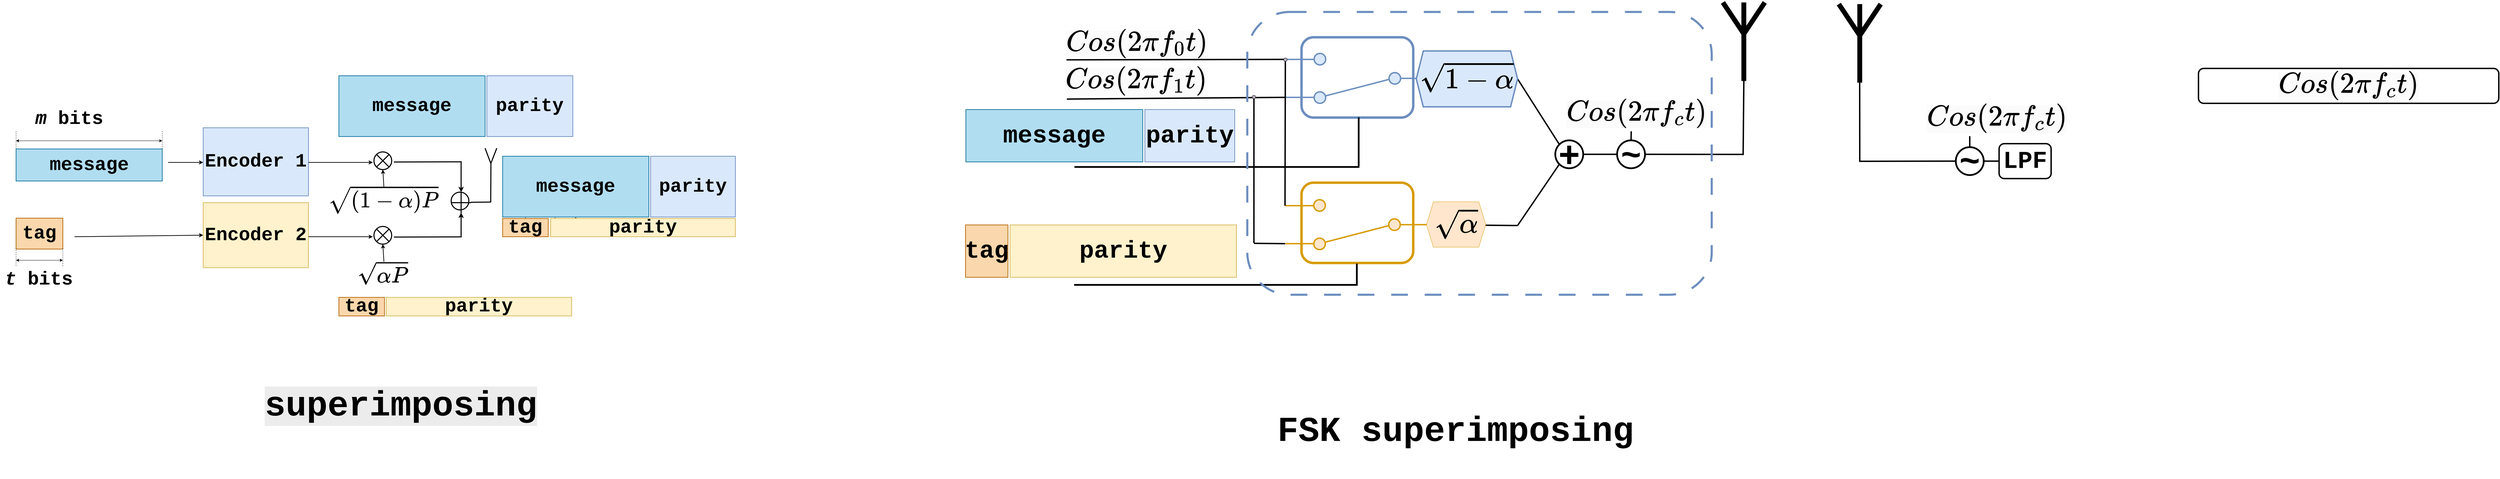
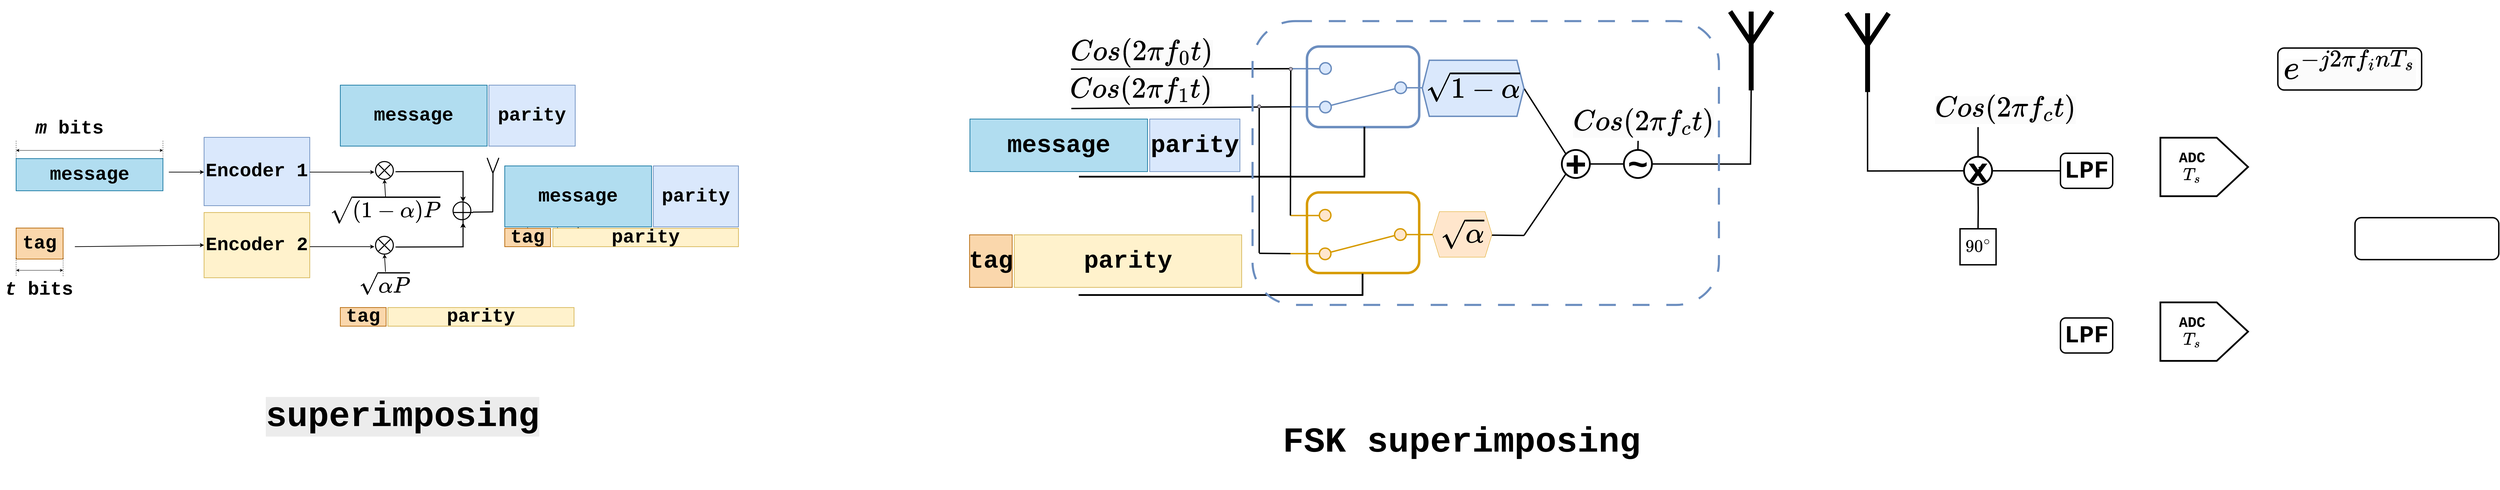
<mxfile host="app.diagrams.net" agent="Mozilla/5.0 (Macintosh; Intel Mac OS X 10_15_7) AppleWebKit/537.36 (KHTML, like Gecko) Chrome/138.0.0.0 Safari/537.36" version="28.0.7">
  <diagram name="Page-1" id="zZisbITU7JR-SXLs0ea7">
-     <mxGraphModel dx="4040" dy="1790" grid="1" gridSize="10" guides="1" tooltips="1" connect="1" arrows="1" fold="1" page="1" pageScale="1" pageWidth="850" pageHeight="1100" math="1" shadow="0">
+     <mxGraphModel dx="2977" dy="1193" grid="1" gridSize="10" guides="1" tooltips="1" connect="1" arrows="1" fold="1" page="1" pageScale="1" pageWidth="850" pageHeight="1100" math="1" shadow="0">
      <root>
        <mxCell id="0" />
        <mxCell id="1" parent="0" />
        <mxCell id="ryAXbrM_V8AHazh6317a-104" value="" style="html=1;shape=mxgraph.electrical.electro-mechanical.twoWaySwitch;aspect=fixed;elSwitchState=2;rotation=-180;strokeWidth=4;fontSize=70;fontStyle=1;fontFamily=Courier New;fillColor=#dae8fc;strokeColor=#6c8ebf;" vertex="1" parent="1">
          <mxGeometry x="3495" y="966" width="412.5" height="143" as="geometry" />
        </mxCell>
        <mxCell id="ryAXbrM_V8AHazh6317a-105" value="&lt;span style=&quot;color: rgb(0, 0, 0); font-style: normal; font-variant-ligatures: normal; font-variant-caps: normal; letter-spacing: normal; orphans: 2; text-align: center; text-indent: 0px; text-transform: none; widows: 2; word-spacing: 0px; -webkit-text-stroke-width: 0px; white-space: normal; background-color: rgb(251, 251, 251); text-decoration-thickness: initial; text-decoration-style: initial; text-decoration-color: initial; float: none; display: inline !important;&quot;&gt;&lt;font&gt;\( Cos(2\pi f_0 t) \)&lt;/font&gt;&lt;/span&gt;" style="text;whiteSpace=wrap;html=1;fontSize=70;fontStyle=1;fontFamily=Courier New;" vertex="1" parent="1">
          <mxGeometry x="2865" y="889" width="250" height="100" as="geometry" />
        </mxCell>
        <mxCell id="ryAXbrM_V8AHazh6317a-106" value="&lt;span style=&quot;color: rgb(0, 0, 0); font-style: normal; font-variant-ligatures: normal; font-variant-caps: normal; letter-spacing: normal; orphans: 2; text-align: center; text-indent: 0px; text-transform: none; widows: 2; word-spacing: 0px; -webkit-text-stroke-width: 0px; white-space: normal; background-color: rgb(251, 251, 251); text-decoration-thickness: initial; text-decoration-style: initial; text-decoration-color: initial; float: none; display: inline !important;&quot;&gt;&lt;font&gt;\( Cos(2\pi f_1 t) \)&lt;/font&gt;&lt;/span&gt;" style="text;whiteSpace=wrap;html=1;fontSize=70;fontStyle=1;fontFamily=Courier New;" vertex="1" parent="1">
          <mxGeometry x="2863" y="996" width="250" height="100" as="geometry" />
        </mxCell>
        <mxCell id="ryAXbrM_V8AHazh6317a-107" value="" style="rounded=1;whiteSpace=wrap;html=1;fillColor=none;strokeWidth=7;fontSize=70;fontStyle=1;fontFamily=Courier New;strokeColor=#6c8ebf;" vertex="1" parent="1">
          <mxGeometry x="3541.25" y="919.75" width="320" height="230" as="geometry" />
        </mxCell>
        <mxCell id="ryAXbrM_V8AHazh6317a-108" value="" style="html=1;shape=mxgraph.electrical.electro-mechanical.twoWaySwitch;aspect=fixed;elSwitchState=2;rotation=-180;strokeWidth=4;fontSize=70;fontStyle=1;fontFamily=Courier New;fillColor=#ffe6cc;strokeColor=#d79b00;" vertex="1" parent="1">
          <mxGeometry x="3494" y="1385" width="412.5" height="143" as="geometry" />
        </mxCell>
        <mxCell id="ryAXbrM_V8AHazh6317a-109" value="" style="rounded=1;whiteSpace=wrap;html=1;fillColor=none;strokeWidth=7;fontSize=70;fontStyle=1;fontFamily=Courier New;strokeColor=#d79b00;" vertex="1" parent="1">
          <mxGeometry x="3541.25" y="1336.25" width="320" height="230" as="geometry" />
        </mxCell>
        <mxCell id="ryAXbrM_V8AHazh6317a-110" value="" style="endArrow=none;html=1;rounded=0;entryX=1;entryY=0.88;entryDx=0;entryDy=0;strokeWidth=4;fontSize=70;fontStyle=1;exitX=0.013;exitY=0.954;exitDx=0;exitDy=0;exitPerimeter=0;fontFamily=Courier New;" edge="1" parent="1" source="ryAXbrM_V8AHazh6317a-105" target="ryAXbrM_V8AHazh6317a-104">
          <mxGeometry width="50" height="50" relative="1" as="geometry">
            <mxPoint x="3260" y="983" as="sourcePoint" />
            <mxPoint x="3460" y="1002.5" as="targetPoint" />
          </mxGeometry>
        </mxCell>
        <mxCell id="ryAXbrM_V8AHazh6317a-111" value="" style="endArrow=none;html=1;rounded=0;entryX=1;entryY=0.12;entryDx=0;entryDy=0;strokeWidth=4;fontSize=70;fontStyle=1;exitX=0.025;exitY=1.007;exitDx=0;exitDy=0;exitPerimeter=0;fontFamily=Courier New;" edge="1" parent="1" source="ryAXbrM_V8AHazh6317a-106" target="ryAXbrM_V8AHazh6317a-104">
          <mxGeometry width="50" height="50" relative="1" as="geometry">
            <mxPoint x="3260" y="1092" as="sourcePoint" />
            <mxPoint x="3495" y="1098.44" as="targetPoint" />
          </mxGeometry>
        </mxCell>
        <mxCell id="ryAXbrM_V8AHazh6317a-112" value="" style="endArrow=none;html=1;rounded=0;entryX=1;entryY=0.88;entryDx=0;entryDy=0;strokeWidth=4;exitX=1;exitY=0.88;exitDx=0;exitDy=0;fontSize=70;fontStyle=1;fontFamily=Courier New;" edge="1" parent="1" source="ryAXbrM_V8AHazh6317a-108" target="ryAXbrM_V8AHazh6317a-104">
          <mxGeometry width="50" height="50" relative="1" as="geometry">
            <mxPoint x="3465" y="1439" as="sourcePoint" />
            <mxPoint x="3605" y="1049" as="targetPoint" />
          </mxGeometry>
        </mxCell>
        <mxCell id="ryAXbrM_V8AHazh6317a-113" value="" style="endArrow=none;html=1;rounded=0;entryX=1;entryY=0.88;entryDx=0;entryDy=0;strokeWidth=4;fontSize=70;fontStyle=1;fontFamily=Courier New;" edge="1" parent="1">
          <mxGeometry width="50" height="50" relative="1" as="geometry">
            <mxPoint x="3405" y="1509" as="sourcePoint" />
            <mxPoint x="3405" y="1089" as="targetPoint" />
          </mxGeometry>
        </mxCell>
        <mxCell id="ryAXbrM_V8AHazh6317a-114" value="" style="endArrow=none;html=1;rounded=0;entryX=1;entryY=0.12;entryDx=0;entryDy=0;strokeWidth=4;fontSize=70;fontStyle=1;fontFamily=Courier New;" edge="1" parent="1" target="ryAXbrM_V8AHazh6317a-108">
          <mxGeometry width="50" height="50" relative="1" as="geometry">
            <mxPoint x="3405" y="1510" as="sourcePoint" />
            <mxPoint x="3575" y="1450" as="targetPoint" />
          </mxGeometry>
        </mxCell>
        <mxCell id="ryAXbrM_V8AHazh6317a-115" value="" style="ellipse;whiteSpace=wrap;html=1;aspect=fixed;fillColor=#B8AEBD;fontSize=70;fontStyle=1;fontFamily=Courier New;" vertex="1" parent="1">
          <mxGeometry x="3490" y="979" width="10" height="10" as="geometry" />
        </mxCell>
        <mxCell id="ryAXbrM_V8AHazh6317a-116" value="" style="ellipse;whiteSpace=wrap;html=1;aspect=fixed;fillColor=#B8AEBD;fontSize=70;fontStyle=1;fontFamily=Courier New;" vertex="1" parent="1">
          <mxGeometry x="3400" y="1086" width="10" height="10" as="geometry" />
        </mxCell>
        <mxCell id="ryAXbrM_V8AHazh6317a-117" value="" style="endArrow=none;html=1;rounded=0;strokeWidth=5;fontSize=70;fontStyle=1;fontFamily=Courier New;" edge="1" parent="1">
          <mxGeometry width="50" height="50" relative="1" as="geometry">
            <mxPoint x="3705" y="1289" as="sourcePoint" />
            <mxPoint x="3705" y="1149" as="targetPoint" />
          </mxGeometry>
        </mxCell>
        <mxCell id="ryAXbrM_V8AHazh6317a-118" value="" style="endArrow=none;html=1;rounded=0;exitX=0;exitY=0.5;exitDx=0;exitDy=0;strokeWidth=4;fontSize=70;fontStyle=1;fontFamily=Courier New;" edge="1" parent="1">
          <mxGeometry width="50" height="50" relative="1" as="geometry">
            <mxPoint x="3907.5" y="1037.5" as="sourcePoint" />
            <mxPoint x="4160" y="1039" as="targetPoint" />
          </mxGeometry>
        </mxCell>
        <mxCell id="ryAXbrM_V8AHazh6317a-119" value="" style="endArrow=none;html=1;rounded=0;exitX=0;exitY=0.5;exitDx=0;exitDy=0;strokeWidth=4;fontSize=70;fontStyle=1;fontFamily=Courier New;" edge="1" parent="1" source="ryAXbrM_V8AHazh6317a-108">
          <mxGeometry width="50" height="50" relative="1" as="geometry">
            <mxPoint x="3907.5" y="1456.05" as="sourcePoint" />
            <mxPoint x="4160" y="1459" as="targetPoint" />
          </mxGeometry>
        </mxCell>
        <mxCell id="ryAXbrM_V8AHazh6317a-120" value="" style="group;fontSize=70;fontStyle=1;fontFamily=Courier New;" vertex="1" connectable="0" parent="1">
          <mxGeometry x="4268" y="1215" width="80" height="80" as="geometry" />
        </mxCell>
        <mxCell id="ryAXbrM_V8AHazh6317a-121" value="" style="ellipse;whiteSpace=wrap;html=1;aspect=fixed;strokeWidth=5;fontSize=70;fontStyle=1;fontFamily=Courier New;" vertex="1" parent="ryAXbrM_V8AHazh6317a-120">
          <mxGeometry width="80" height="80" as="geometry" />
        </mxCell>
        <mxCell id="ryAXbrM_V8AHazh6317a-122" value="&lt;font style=&quot;font-size: 104px;&quot;&gt;+&lt;/font&gt;" style="text;html=1;align=center;verticalAlign=middle;whiteSpace=wrap;rounded=0;fontSize=70;fontStyle=1;fontFamily=Courier New;" vertex="1" parent="ryAXbrM_V8AHazh6317a-120">
          <mxGeometry x="10" y="25" width="60" height="45" as="geometry" />
        </mxCell>
        <mxCell id="ryAXbrM_V8AHazh6317a-123" value="" style="endArrow=none;html=1;rounded=0;exitX=0;exitY=0;exitDx=0;exitDy=0;strokeWidth=4;fontSize=70;fontStyle=1;fontFamily=Courier New;" edge="1" parent="1" source="ryAXbrM_V8AHazh6317a-121">
          <mxGeometry width="50" height="50" relative="1" as="geometry">
            <mxPoint x="4406" y="1229" as="sourcePoint" />
            <mxPoint x="4160" y="1039" as="targetPoint" />
          </mxGeometry>
        </mxCell>
        <mxCell id="ryAXbrM_V8AHazh6317a-124" value="" style="endArrow=none;html=1;rounded=0;entryX=0;entryY=1;entryDx=0;entryDy=0;strokeWidth=4;fontSize=70;fontStyle=1;fontFamily=Courier New;" edge="1" parent="1" target="ryAXbrM_V8AHazh6317a-121">
          <mxGeometry width="50" height="50" relative="1" as="geometry">
            <mxPoint x="4160" y="1459" as="sourcePoint" />
            <mxPoint x="4276" y="1319" as="targetPoint" />
          </mxGeometry>
        </mxCell>
        <mxCell id="ryAXbrM_V8AHazh6317a-125" value="&lt;span&gt;\( \sqrt{1- \alpha} \)&lt;/span&gt;" style="shape=hexagon;perimeter=hexagonPerimeter2;whiteSpace=wrap;html=1;fixedSize=1;fontSize=70;fontStyle=1;fontFamily=Courier New;strokeWidth=4;fillColor=#dae8fc;strokeColor=#6c8ebf;" vertex="1" parent="1">
          <mxGeometry x="3870" y="959" width="290" height="160" as="geometry" />
        </mxCell>
        <mxCell id="ryAXbrM_V8AHazh6317a-126" value="&lt;span&gt;\( \sqrt{\alpha} \)&lt;/span&gt;" style="shape=hexagon;perimeter=hexagonPerimeter2;whiteSpace=wrap;html=1;fixedSize=1;fontSize=70;fontStyle=1;fontFamily=Courier New;fillColor=#ffe6cc;strokeColor=#d79b00;" vertex="1" parent="1">
          <mxGeometry x="3899" y="1391" width="170" height="130" as="geometry" />
        </mxCell>
        <mxCell id="ryAXbrM_V8AHazh6317a-127" value="" style="endArrow=none;html=1;rounded=0;strokeWidth=4;fontSize=70;fontStyle=1;exitX=1;exitY=0.5;exitDx=0;exitDy=0;entryX=0;entryY=0.5;entryDx=0;entryDy=0;fontFamily=Courier New;" edge="1" parent="1" source="ryAXbrM_V8AHazh6317a-121" target="ryAXbrM_V8AHazh6317a-130">
          <mxGeometry width="50" height="50" relative="1" as="geometry">
            <mxPoint x="4243" y="1255" as="sourcePoint" />
            <mxPoint x="4392" y="1255" as="targetPoint" />
          </mxGeometry>
        </mxCell>
        <mxCell id="ryAXbrM_V8AHazh6317a-128" value="" style="endArrow=none;html=1;rounded=0;strokeWidth=5;fontSize=70;fontStyle=1;fontFamily=Courier New;" edge="1" parent="1">
          <mxGeometry width="50" height="50" relative="1" as="geometry">
            <mxPoint x="3699.7200000000003" y="1628" as="sourcePoint" />
            <mxPoint x="3699.7200000000003" y="1568" as="targetPoint" />
          </mxGeometry>
        </mxCell>
        <mxCell id="ryAXbrM_V8AHazh6317a-129" value="" style="group;fontSize=70;fontStyle=1;fontFamily=Courier New;" vertex="1" connectable="0" parent="1">
          <mxGeometry x="4445" y="1215" width="80" height="80" as="geometry" />
        </mxCell>
        <mxCell id="ryAXbrM_V8AHazh6317a-130" value="" style="ellipse;whiteSpace=wrap;html=1;aspect=fixed;strokeWidth=5;fontSize=70;fontStyle=1;fontFamily=Courier New;" vertex="1" parent="ryAXbrM_V8AHazh6317a-129">
          <mxGeometry width="80" height="80" as="geometry" />
        </mxCell>
        <mxCell id="ryAXbrM_V8AHazh6317a-131" value="&lt;font style=&quot;font-size: 98px;&quot;&gt;~&lt;/font&gt;" style="text;html=1;align=center;verticalAlign=middle;whiteSpace=wrap;rounded=0;fontSize=70;fontStyle=1;fontFamily=Courier New;" vertex="1" parent="ryAXbrM_V8AHazh6317a-129">
          <mxGeometry x="10" y="29" width="60" height="35" as="geometry" />
        </mxCell>
        <mxCell id="ryAXbrM_V8AHazh6317a-132" value="&lt;span style=&quot;color: rgb(0, 0, 0); font-style: normal; font-variant-ligatures: normal; font-variant-caps: normal; letter-spacing: normal; orphans: 2; text-align: center; text-indent: 0px; text-transform: none; widows: 2; word-spacing: 0px; -webkit-text-stroke-width: 0px; white-space: normal; background-color: rgb(251, 251, 251); text-decoration-thickness: initial; text-decoration-style: initial; text-decoration-color: initial; float: none; display: inline !important;&quot;&gt;&lt;font&gt;\( Cos(2\pi f_c t) \)&lt;/font&gt;&lt;/span&gt;" style="text;whiteSpace=wrap;html=1;fontSize=70;fontStyle=1;fontFamily=Courier New;" vertex="1" parent="1">
          <mxGeometry x="4298" y="1089" width="250" height="100" as="geometry" />
        </mxCell>
        <mxCell id="ryAXbrM_V8AHazh6317a-133" value="" style="endArrow=none;html=1;rounded=0;exitX=0.5;exitY=0;exitDx=0;exitDy=0;entryX=0.75;entryY=1;entryDx=0;entryDy=0;strokeWidth=4;fontSize=70;fontStyle=1;fontFamily=Courier New;" edge="1" parent="1" source="ryAXbrM_V8AHazh6317a-130" target="ryAXbrM_V8AHazh6317a-132">
          <mxGeometry width="50" height="50" relative="1" as="geometry">
            <mxPoint x="3905" y="1475" as="sourcePoint" />
            <mxPoint x="3955" y="1425" as="targetPoint" />
          </mxGeometry>
        </mxCell>
        <mxCell id="ryAXbrM_V8AHazh6317a-134" value="" style="endArrow=none;html=1;rounded=0;strokeWidth=4;fontSize=70;fontStyle=1;exitX=1;exitY=0.5;exitDx=0;exitDy=0;entryX=0.5;entryY=1;entryDx=0;entryDy=0;entryPerimeter=0;fontFamily=Courier New;" edge="1" parent="1" source="ryAXbrM_V8AHazh6317a-130" target="ryAXbrM_V8AHazh6317a-137">
          <mxGeometry width="50" height="50" relative="1" as="geometry">
            <mxPoint x="4522.919999999999" y="1252.6" as="sourcePoint" />
            <mxPoint x="4582.199999999999" y="1254.25" as="targetPoint" />
            <Array as="points">
              <mxPoint x="4806" y="1255.25" />
            </Array>
          </mxGeometry>
        </mxCell>
        <mxCell id="ryAXbrM_V8AHazh6317a-135" value="" style="endArrow=none;html=1;rounded=0;strokeWidth=5;fontSize=50;fontFamily=Courier New;" edge="1" parent="1">
          <mxGeometry width="50" height="50" relative="1" as="geometry">
            <mxPoint x="2891" y="1291.25" as="sourcePoint" />
            <mxPoint x="3707" y="1291.25" as="targetPoint" />
          </mxGeometry>
        </mxCell>
        <mxCell id="ryAXbrM_V8AHazh6317a-136" value="" style="endArrow=none;html=1;rounded=0;strokeWidth=5;fontSize=50;fontFamily=Courier New;" edge="1" parent="1">
          <mxGeometry width="50" height="50" relative="1" as="geometry">
            <mxPoint x="2890" y="1629" as="sourcePoint" />
            <mxPoint x="3702" y="1629" as="targetPoint" />
          </mxGeometry>
        </mxCell>
        <mxCell id="ryAXbrM_V8AHazh6317a-137" value="" style="verticalLabelPosition=bottom;shadow=0;dashed=0;align=center;html=1;verticalAlign=top;shape=mxgraph.electrical.radio.aerial_-_antenna_1;strokeWidth=14;fontSize=50;fontFamily=Courier New;" vertex="1" parent="1">
          <mxGeometry x="4748" y="820" width="120" height="225" as="geometry" />
        </mxCell>
        <mxCell id="ryAXbrM_V8AHazh6317a-138" value="&lt;font style=&quot;font-size: 100px;&quot;&gt;FSK superimposing&amp;nbsp;&lt;/font&gt;" style="text;html=1;align=center;verticalAlign=middle;whiteSpace=wrap;rounded=0;fontFamily=Courier New;fontStyle=1" vertex="1" parent="1">
          <mxGeometry x="3424" y="1914.37" width="1177" height="269.25" as="geometry" />
        </mxCell>
        <mxCell id="ryAXbrM_V8AHazh6317a-139" value="" style="group;fontSize=70;" vertex="1" connectable="0" parent="1">
          <mxGeometry x="2580" y="1126.75" width="770" height="154.07" as="geometry" />
        </mxCell>
        <mxCell id="ryAXbrM_V8AHazh6317a-140" value="" style="group" vertex="1" connectable="0" parent="ryAXbrM_V8AHazh6317a-139">
          <mxGeometry width="770" height="150" as="geometry" />
        </mxCell>
        <mxCell id="ryAXbrM_V8AHazh6317a-141" value="message" style="rounded=0;whiteSpace=wrap;html=1;fontFamily=Courier New;fontSize=70;strokeWidth=2;fontStyle=1;fillColor=#b1ddf0;strokeColor=#10739e;" vertex="1" parent="ryAXbrM_V8AHazh6317a-140">
          <mxGeometry width="506.578947368421" height="150" as="geometry" />
        </mxCell>
        <mxCell id="ryAXbrM_V8AHazh6317a-142" value="parity" style="rounded=0;whiteSpace=wrap;html=1;fontFamily=Courier New;fontSize=70;strokeWidth=2;strokeColor=#6c8ebf;fontStyle=1;fillColor=#dae8fc;" vertex="1" parent="ryAXbrM_V8AHazh6317a-140">
          <mxGeometry x="512.6578947368421" width="257.34210526315786" height="150" as="geometry" />
        </mxCell>
        <mxCell id="ryAXbrM_V8AHazh6317a-143" value="" style="group;fontSize=70;" vertex="1" connectable="0" parent="1">
          <mxGeometry x="2585" y="1457.25" width="770" height="150" as="geometry" />
        </mxCell>
        <mxCell id="ryAXbrM_V8AHazh6317a-144" value="&lt;span&gt;tag&lt;/span&gt;" style="rounded=0;whiteSpace=wrap;html=1;fontFamily=Courier New;fontSize=70;fillColor=#fad7ac;strokeColor=#b46504;strokeWidth=2;fontStyle=1;" vertex="1" parent="ryAXbrM_V8AHazh6317a-143">
          <mxGeometry x="-6" width="121.578947368421" height="150" as="geometry" />
        </mxCell>
        <mxCell id="ryAXbrM_V8AHazh6317a-145" value="parity" style="rounded=0;whiteSpace=wrap;html=1;fontFamily=Courier New;fontSize=70;strokeWidth=2;strokeColor=#d6b656;fontStyle=1;fillColor=#fff2cc;" vertex="1" parent="ryAXbrM_V8AHazh6317a-143">
          <mxGeometry x="121.578947368421" width="648.421052631579" height="150" as="geometry" />
        </mxCell>
        <mxCell id="ryAXbrM_V8AHazh6317a-146" value="" style="rounded=1;whiteSpace=wrap;html=1;fillColor=none;dashed=1;dashPattern=8 8;strokeWidth=6;strokeColor=#6c8ebf;fontSize=70;fontFamily=Courier New;" vertex="1" parent="1">
          <mxGeometry x="3386" y="847.25" width="1330" height="810" as="geometry" />
        </mxCell>
        <mxCell id="ryAXbrM_V8AHazh6317a-147" value="" style="group;fontSize=54;" vertex="1" connectable="0" parent="1">
          <mxGeometry x="-140" y="1030" width="2060" height="687.94" as="geometry" />
        </mxCell>
        <mxCell id="ryAXbrM_V8AHazh6317a-53" value="&lt;font&gt;Encoder 1&lt;/font&gt;" style="rounded=0;whiteSpace=wrap;html=1;strokeWidth=2;fontSize=54;fontStyle=1;fontFamily=Courier New;fillColor=#dae8fc;strokeColor=#6c8ebf;" vertex="1" parent="ryAXbrM_V8AHazh6317a-147">
          <mxGeometry x="535.9349593495934" y="148.95849873691805" width="301.4634146341463" height="195.0647007269165" as="geometry" />
        </mxCell>
        <mxCell id="ryAXbrM_V8AHazh6317a-54" value="&lt;font&gt;Encoder 2&lt;/font&gt;" style="rounded=0;whiteSpace=wrap;html=1;fontSize=54;fontStyle=1;strokeWidth=2;fontFamily=Courier New;fillColor=#fff2cc;strokeColor=#d6b656;" vertex="1" parent="ryAXbrM_V8AHazh6317a-147">
          <mxGeometry x="535.9349593495934" y="363.52966953652617" width="301.4634146341463" height="186.19812342114756" as="geometry" />
        </mxCell>
        <mxCell id="ryAXbrM_V8AHazh6317a-55" value="" style="endArrow=classic;html=1;rounded=0;strokeWidth=2;fontSize=54;fontStyle=1;fontFamily=Courier New;" edge="1" parent="ryAXbrM_V8AHazh6317a-147">
          <mxGeometry width="50" height="50" relative="1" as="geometry">
            <mxPoint x="837.3983739837397" y="248.2641645615301" as="sourcePoint" />
            <mxPoint x="1021.6260162601626" y="248.2641645615301" as="targetPoint" />
          </mxGeometry>
        </mxCell>
        <mxCell id="ryAXbrM_V8AHazh6317a-56" value="" style="ellipse;whiteSpace=wrap;html=1;aspect=fixed;strokeWidth=3;fontSize=54;fontStyle=1;fontFamily=Courier New;" vertex="1" parent="ryAXbrM_V8AHazh6317a-147">
          <mxGeometry x="1024.9756097560976" y="218.11780172191573" width="50.67496471748114" height="50.67496471748114" as="geometry" />
        </mxCell>
        <mxCell id="ryAXbrM_V8AHazh6317a-57" value="" style="endArrow=none;html=1;rounded=0;exitX=0;exitY=1;exitDx=0;exitDy=0;entryX=1;entryY=0;entryDx=0;entryDy=0;strokeWidth=3;fontSize=54;fontStyle=1;fontFamily=Courier New;" edge="1" parent="ryAXbrM_V8AHazh6317a-147" source="ryAXbrM_V8AHazh6317a-56" target="ryAXbrM_V8AHazh6317a-56">
          <mxGeometry width="50" height="50" relative="1" as="geometry">
            <mxPoint x="978.4832520325199" y="319.1967830076816" as="sourcePoint" />
            <mxPoint x="1062.2230894308939" y="230.53100994999224" as="targetPoint" />
          </mxGeometry>
        </mxCell>
        <mxCell id="ryAXbrM_V8AHazh6317a-58" value="" style="endArrow=none;html=1;rounded=0;exitX=1;exitY=1;exitDx=0;exitDy=0;entryX=0;entryY=0;entryDx=0;entryDy=0;strokeWidth=3;fontSize=54;fontStyle=1;fontFamily=Courier New;" edge="1" parent="ryAXbrM_V8AHazh6317a-147" source="ryAXbrM_V8AHazh6317a-56" target="ryAXbrM_V8AHazh6317a-56">
          <mxGeometry width="50" height="50" relative="1" as="geometry">
            <mxPoint x="1050.0975609756097" y="287.2771047069134" as="sourcePoint" />
            <mxPoint x="1090.2926829268292" y="244.71753363922252" as="targetPoint" />
          </mxGeometry>
        </mxCell>
        <mxCell id="ryAXbrM_V8AHazh6317a-59" value="" style="endArrow=classic;html=1;rounded=0;strokeWidth=2;entryX=0.5;entryY=1;entryDx=0;entryDy=0;fontSize=54;fontStyle=1;fontFamily=Courier New;" edge="1" parent="ryAXbrM_V8AHazh6317a-147" target="ryAXbrM_V8AHazh6317a-56">
          <mxGeometry width="50" height="50" relative="1" as="geometry">
            <mxPoint x="1053.4471544715448" y="319.1967830076816" as="sourcePoint" />
            <mxPoint x="1041.7235772357722" y="265.997319173068" as="targetPoint" />
          </mxGeometry>
        </mxCell>
        <mxCell id="ryAXbrM_V8AHazh6317a-60" value="" style="endArrow=classic;html=1;rounded=0;strokeWidth=2;fontSize=54;fontStyle=1;fontFamily=Courier New;" edge="1" parent="ryAXbrM_V8AHazh6317a-147">
          <mxGeometry width="50" height="50" relative="1" as="geometry">
            <mxPoint x="837.3983739837397" y="461.0620198999845" as="sourcePoint" />
            <mxPoint x="1021.6260162601626" y="461.0620198999845" as="targetPoint" />
          </mxGeometry>
        </mxCell>
        <mxCell id="ryAXbrM_V8AHazh6317a-61" value="" style="ellipse;whiteSpace=wrap;html=1;aspect=fixed;strokeWidth=3;fontSize=54;fontStyle=1;fontFamily=Courier New;" vertex="1" parent="ryAXbrM_V8AHazh6317a-147">
          <mxGeometry x="1024.9756097560976" y="431.6249832448316" width="50.67496471748114" height="50.67496471748114" as="geometry" />
        </mxCell>
        <mxCell id="ryAXbrM_V8AHazh6317a-62" value="" style="endArrow=none;html=1;rounded=0;exitX=0;exitY=1;exitDx=0;exitDy=0;entryX=1;entryY=0;entryDx=0;entryDy=0;strokeWidth=3;fontSize=54;fontStyle=1;fontFamily=Courier New;" edge="1" parent="ryAXbrM_V8AHazh6317a-147" source="ryAXbrM_V8AHazh6317a-61" target="ryAXbrM_V8AHazh6317a-61">
          <mxGeometry width="50" height="50" relative="1" as="geometry">
            <mxPoint x="978.4832520325199" y="532.7039645305974" as="sourcePoint" />
            <mxPoint x="1062.2230894308939" y="444.03819147290807" as="targetPoint" />
          </mxGeometry>
        </mxCell>
        <mxCell id="ryAXbrM_V8AHazh6317a-63" value="" style="endArrow=none;html=1;rounded=0;exitX=1;exitY=1;exitDx=0;exitDy=0;entryX=0;entryY=0;entryDx=0;entryDy=0;strokeWidth=3;fontSize=54;fontStyle=1;fontFamily=Courier New;" edge="1" parent="ryAXbrM_V8AHazh6317a-147" source="ryAXbrM_V8AHazh6317a-61" target="ryAXbrM_V8AHazh6317a-61">
          <mxGeometry width="50" height="50" relative="1" as="geometry">
            <mxPoint x="1050.0975609756097" y="500.78428622982926" as="sourcePoint" />
            <mxPoint x="1090.2926829268292" y="458.22471516213835" as="targetPoint" />
          </mxGeometry>
        </mxCell>
        <mxCell id="ryAXbrM_V8AHazh6317a-64" value="" style="endArrow=classic;html=1;rounded=0;strokeWidth=2;entryX=0.5;entryY=1;entryDx=0;entryDy=0;fontSize=54;fontStyle=1;fontFamily=Courier New;" edge="1" parent="ryAXbrM_V8AHazh6317a-147" target="ryAXbrM_V8AHazh6317a-61">
          <mxGeometry width="50" height="50" relative="1" as="geometry">
            <mxPoint x="1053.4471544715448" y="532.7039645305974" as="sourcePoint" />
            <mxPoint x="1041.7235772357722" y="479.50450069598384" as="targetPoint" />
          </mxGeometry>
        </mxCell>
        <mxCell id="ryAXbrM_V8AHazh6317a-65" value="" style="endArrow=none;html=1;rounded=0;strokeWidth=3;endFill=0;fontSize=54;fontStyle=1;fontFamily=Courier New;" edge="1" parent="ryAXbrM_V8AHazh6317a-147">
          <mxGeometry width="50" height="50" relative="1" as="geometry">
            <mxPoint x="1081.9186991869917" y="247.07604320255714" as="sourcePoint" />
            <mxPoint x="1276.1951219512196" y="246.4908491003763" as="targetPoint" />
          </mxGeometry>
        </mxCell>
        <mxCell id="ryAXbrM_V8AHazh6317a-66" value="" style="group;rotation=45;fontSize=54;fontStyle=1;fontFamily=Courier New;" vertex="1" connectable="0" parent="ryAXbrM_V8AHazh6317a-147">
          <mxGeometry x="1246.0487804878048" y="333.38330669691186" width="56.943089430894304" height="60.292725679228745" as="geometry" />
        </mxCell>
        <mxCell id="ryAXbrM_V8AHazh6317a-67" value="" style="ellipse;whiteSpace=wrap;html=1;aspect=fixed;strokeWidth=3;rotation=45;fontSize=54;fontStyle=1;fontFamily=Courier New;" vertex="1" parent="ryAXbrM_V8AHazh6317a-66">
          <mxGeometry width="50.67496471748114" height="50.67496471748114" as="geometry" />
        </mxCell>
        <mxCell id="ryAXbrM_V8AHazh6317a-68" value="" style="endArrow=none;html=1;rounded=0;exitX=0;exitY=1;exitDx=0;exitDy=0;entryX=1;entryY=0;entryDx=0;entryDy=0;strokeWidth=3;fontSize=54;fontStyle=1;fontFamily=Courier New;" edge="1" parent="ryAXbrM_V8AHazh6317a-66">
          <mxGeometry width="50" height="50" relative="1" as="geometry">
            <mxPoint x="-4.512535602637998e-11" y="30.146362839613563" as="sourcePoint" />
            <mxPoint x="56.94308943093829" y="30.146362839613563" as="targetPoint" />
          </mxGeometry>
        </mxCell>
        <mxCell id="ryAXbrM_V8AHazh6317a-69" value="" style="endArrow=none;html=1;rounded=0;exitX=1;exitY=1;exitDx=0;exitDy=0;entryX=0;entryY=0;entryDx=0;entryDy=0;strokeWidth=3;fontSize=54;fontStyle=1;fontFamily=Courier New;" edge="1" parent="ryAXbrM_V8AHazh6317a-66">
          <mxGeometry width="50" height="50" relative="1" as="geometry">
            <mxPoint x="28.4715447154462" y="60.29272567927551" as="sourcePoint" />
            <mxPoint x="28.4715447154462" y="-4.757821998649588e-11" as="targetPoint" />
          </mxGeometry>
        </mxCell>
        <mxCell id="ryAXbrM_V8AHazh6317a-70" value="" style="endArrow=classic;html=1;rounded=0;strokeWidth=3;endFill=1;fontSize=54;fontStyle=1;fontFamily=Courier New;" edge="1" parent="ryAXbrM_V8AHazh6317a-147">
          <mxGeometry width="50" height="50" relative="1" as="geometry">
            <mxPoint x="1274.5203252032518" y="244.71753363922252" as="sourcePoint" />
            <mxPoint x="1274.5203252032518" y="333.38330669691186" as="targetPoint" />
          </mxGeometry>
        </mxCell>
        <mxCell id="ryAXbrM_V8AHazh6317a-71" value="" style="endArrow=none;html=1;rounded=0;strokeWidth=3;endFill=0;startArrow=classic;startFill=1;fontSize=54;fontStyle=1;fontFamily=Courier New;" edge="1" parent="ryAXbrM_V8AHazh6317a-147">
          <mxGeometry width="50" height="50" relative="1" as="geometry">
            <mxPoint x="1274.5203252032518" y="391.9027169149868" as="sourcePoint" />
            <mxPoint x="1274.5203252032518" y="461.0620198999845" as="targetPoint" />
          </mxGeometry>
        </mxCell>
        <mxCell id="ryAXbrM_V8AHazh6317a-72" value="" style="endArrow=none;html=1;rounded=0;strokeWidth=3;endFill=0;fontSize=54;fontStyle=1;fontFamily=Courier New;" edge="1" parent="ryAXbrM_V8AHazh6317a-147">
          <mxGeometry width="50" height="50" relative="1" as="geometry">
            <mxPoint x="1081.9186991869917" y="462.0550765582307" as="sourcePoint" />
            <mxPoint x="1276.1951219512196" y="461.4698824560499" as="targetPoint" />
          </mxGeometry>
        </mxCell>
        <mxCell id="ryAXbrM_V8AHazh6317a-73" value="" style="endArrow=none;html=1;rounded=0;strokeWidth=3;endFill=0;fontSize=54;fontStyle=1;fontFamily=Courier New;" edge="1" parent="ryAXbrM_V8AHazh6317a-147">
          <mxGeometry width="50" height="50" relative="1" as="geometry">
            <mxPoint x="1302.3554471544712" y="362.34154817755325" as="sourcePoint" />
            <mxPoint x="1359.9349593495933" y="361.7563540753724" as="targetPoint" />
          </mxGeometry>
        </mxCell>
        <mxCell id="ryAXbrM_V8AHazh6317a-74" value="" style="endArrow=none;html=1;rounded=0;strokeWidth=3;endFill=0;fontSize=54;fontStyle=1;fontFamily=Courier New;" edge="1" parent="ryAXbrM_V8AHazh6317a-147">
          <mxGeometry width="50" height="50" relative="1" as="geometry">
            <mxPoint x="1359.2985365853656" y="362.1642166314378" as="sourcePoint" />
            <mxPoint x="1359.9349593495933" y="248.2641645615301" as="targetPoint" />
          </mxGeometry>
        </mxCell>
        <mxCell id="ryAXbrM_V8AHazh6317a-75" value="" style="endArrow=none;html=1;rounded=0;strokeWidth=3;endFill=0;fontSize=54;fontStyle=1;fontFamily=Courier New;" edge="1" parent="ryAXbrM_V8AHazh6317a-147">
          <mxGeometry width="50" height="50" relative="1" as="geometry">
            <mxPoint x="1359.9349593495933" y="250.4453425787493" as="sourcePoint" />
            <mxPoint x="1376.6829268292681" y="207.47790895499304" as="targetPoint" />
          </mxGeometry>
        </mxCell>
        <mxCell id="ryAXbrM_V8AHazh6317a-76" value="" style="endArrow=none;html=1;rounded=0;strokeWidth=3;endFill=0;fontSize=54;fontStyle=1;fontFamily=Courier New;" edge="1" parent="ryAXbrM_V8AHazh6317a-147">
          <mxGeometry width="50" height="50" relative="1" as="geometry">
            <mxPoint x="1359.2985365853656" y="250.4453425787493" as="sourcePoint" />
            <mxPoint x="1343.1869918699188" y="207.47790895499304" as="targetPoint" />
          </mxGeometry>
        </mxCell>
        <mxCell id="ryAXbrM_V8AHazh6317a-77" value="" style="endArrow=classic;html=1;rounded=0;strokeWidth=2;fontSize=54;fontStyle=1;fontFamily=Courier New;" edge="1" parent="ryAXbrM_V8AHazh6317a-147">
          <mxGeometry width="50" height="50" relative="1" as="geometry">
            <mxPoint x="435.44715447154465" y="248.2641645615301" as="sourcePoint" />
            <mxPoint x="535.9349593495934" y="248.2641645615301" as="targetPoint" />
          </mxGeometry>
        </mxCell>
        <mxCell id="ryAXbrM_V8AHazh6317a-78" value="" style="endArrow=classic;html=1;rounded=0;strokeWidth=2;fontSize=54;fontStyle=1;entryX=0;entryY=0.5;entryDx=0;entryDy=0;fontFamily=Courier New;" edge="1" parent="ryAXbrM_V8AHazh6317a-147" target="ryAXbrM_V8AHazh6317a-54">
          <mxGeometry width="50" height="50" relative="1" as="geometry">
            <mxPoint x="167.47967479674796" y="461.0620198999845" as="sourcePoint" />
            <mxPoint x="619.6747967479674" y="456.6287312471" as="targetPoint" />
          </mxGeometry>
        </mxCell>
        <mxCell id="ryAXbrM_V8AHazh6317a-80" value="&lt;font&gt;\(\sqrt{\alpha P}\)&lt;/font&gt;" style="text;html=1;align=center;verticalAlign=middle;resizable=0;points=[];autosize=1;strokeColor=none;fillColor=none;fontSize=54;fontStyle=1;fontFamily=Courier New;" vertex="1" parent="ryAXbrM_V8AHazh6317a-147">
          <mxGeometry x="730.3127642276422" y="530.0016084961594" width="640" height="80" as="geometry" />
        </mxCell>
        <mxCell id="ryAXbrM_V8AHazh6317a-81" value="" style="edgeStyle=orthogonalEdgeStyle;rounded=0;orthogonalLoop=1;jettySize=auto;html=1;fontSize=54;" edge="1" parent="ryAXbrM_V8AHazh6317a-147" source="ryAXbrM_V8AHazh6317a-82" target="ryAXbrM_V8AHazh6317a-97">
          <mxGeometry relative="1" as="geometry" />
        </mxCell>
        <mxCell id="ryAXbrM_V8AHazh6317a-82" value="&lt;span&gt;tag&lt;/span&gt;" style="rounded=0;whiteSpace=wrap;html=1;fontFamily=Courier New;fontSize=54;fillColor=#fad7ac;strokeColor=#b46504;strokeWidth=2;fontStyle=1;" vertex="1" parent="ryAXbrM_V8AHazh6317a-147">
          <mxGeometry x="1393.4308943089432" y="408.7492137959478" width="130.6341463414634" height="52.3128061040367" as="geometry" />
        </mxCell>
        <mxCell id="ryAXbrM_V8AHazh6317a-83" value="parity" style="rounded=0;whiteSpace=wrap;html=1;fontFamily=Courier New;fontSize=54;strokeWidth=2;strokeColor=#d6b656;fontStyle=1;fillColor=#fff2cc;" vertex="1" parent="ryAXbrM_V8AHazh6317a-147">
          <mxGeometry x="1530.7642276422764" y="408.7492137959478" width="529.2357723577236" height="52.3128061040367" as="geometry" />
        </mxCell>
        <mxCell id="ryAXbrM_V8AHazh6317a-84" value="" style="endArrow=none;html=1;rounded=0;dashed=1;fontSize=54;fontStyle=1;fontFamily=Courier New;" edge="1" parent="ryAXbrM_V8AHazh6317a-147">
          <mxGeometry width="50" height="50" relative="1" as="geometry">
            <mxPoint y="209.6590869722122" as="sourcePoint" />
            <mxPoint y="156.4596231375986" as="targetPoint" />
          </mxGeometry>
        </mxCell>
        <mxCell id="ryAXbrM_V8AHazh6317a-85" value="" style="endArrow=none;html=1;rounded=0;dashed=1;fontSize=54;fontStyle=1;fontFamily=Courier New;" edge="1" parent="ryAXbrM_V8AHazh6317a-147">
          <mxGeometry width="50" height="50" relative="1" as="geometry">
            <mxPoint x="418.69918699186985" y="209.6590869722122" as="sourcePoint" />
            <mxPoint x="418.69918699186985" y="156.4596231375986" as="targetPoint" />
          </mxGeometry>
        </mxCell>
        <mxCell id="ryAXbrM_V8AHazh6317a-86" value="" style="group;fontSize=54;fontStyle=1;fontFamily=Courier New;" vertex="1" connectable="0" parent="ryAXbrM_V8AHazh6317a-147">
          <mxGeometry x="125.29154471544706" y="103.26015930298502" width="234.47154471544715" height="106.39892766922718" as="geometry" />
        </mxCell>
        <mxCell id="ryAXbrM_V8AHazh6317a-87" value="&lt;font&gt;&lt;i&gt;m&lt;/i&gt; bits&lt;/font&gt;" style="text;html=1;align=center;verticalAlign=middle;resizable=0;points=[];autosize=1;strokeColor=none;fillColor=none;fontSize=54;fontStyle=1;fontFamily=Courier New;" vertex="1" parent="ryAXbrM_V8AHazh6317a-86">
          <mxGeometry x="-83.6178861788618" y="-18.866577305768935" width="220" height="80" as="geometry" />
        </mxCell>
        <mxCell id="ryAXbrM_V8AHazh6317a-88" value="message" style="rounded=0;whiteSpace=wrap;html=1;fontFamily=Courier New;fontSize=54;strokeWidth=2;fontStyle=1;fillColor=#b1ddf0;strokeColor=#10739e;" vertex="1" parent="ryAXbrM_V8AHazh6317a-147">
          <mxGeometry y="209.6590869722122" width="418.69918699186985" height="91.80454142393154" as="geometry" />
        </mxCell>
        <mxCell id="ryAXbrM_V8AHazh6317a-89" value="&lt;span&gt;tag&lt;/span&gt;" style="rounded=0;whiteSpace=wrap;html=1;fontFamily=Courier New;fontSize=54;fillColor=#fad7ac;strokeColor=#b46504;strokeWidth=2;fontStyle=1;" vertex="1" parent="ryAXbrM_V8AHazh6317a-147">
          <mxGeometry y="407.8625560653709" width="133.98373983739836" height="88.55937413002009" as="geometry" />
        </mxCell>
        <mxCell id="ryAXbrM_V8AHazh6317a-90" value="" style="endArrow=classic;startArrow=classic;html=1;rounded=0;fontSize=54;fontStyle=1;fontFamily=Courier New;" edge="1" parent="ryAXbrM_V8AHazh6317a-147">
          <mxGeometry width="50" height="50" relative="1" as="geometry">
            <mxPoint y="186.19812342114756" as="sourcePoint" />
            <mxPoint x="418.69918699186985" y="186.19812342114756" as="targetPoint" />
          </mxGeometry>
        </mxCell>
        <mxCell id="ryAXbrM_V8AHazh6317a-91" value="&lt;span&gt;tag&lt;/span&gt;" style="rounded=0;whiteSpace=wrap;html=1;fontFamily=Courier New;fontSize=54;fillColor=#fad7ac;strokeColor=#b46504;strokeWidth=2;fontStyle=1;" vertex="1" parent="ryAXbrM_V8AHazh6317a-147">
          <mxGeometry x="924.4878048780487" y="634.7405361653864" width="130.6341463414634" height="53.19946383461359" as="geometry" />
        </mxCell>
        <mxCell id="ryAXbrM_V8AHazh6317a-92" value="" style="endArrow=none;html=1;rounded=0;dashed=1;fontSize=54;fontStyle=1;fontFamily=Courier New;" edge="1" parent="ryAXbrM_V8AHazh6317a-147">
          <mxGeometry width="50" height="50" relative="1" as="geometry">
            <mxPoint y="544.0354503273701" as="sourcePoint" />
            <mxPoint y="490.8359864927565" as="targetPoint" />
          </mxGeometry>
        </mxCell>
        <mxCell id="ryAXbrM_V8AHazh6317a-93" value="" style="endArrow=none;html=1;rounded=0;dashed=1;fontSize=54;fontStyle=1;fontFamily=Courier New;" edge="1" parent="ryAXbrM_V8AHazh6317a-147">
          <mxGeometry width="50" height="50" relative="1" as="geometry">
            <mxPoint x="133.983739837398" y="545.117172758674" as="sourcePoint" />
            <mxPoint x="133.983739837398" y="491.9177089240603" as="targetPoint" />
          </mxGeometry>
        </mxCell>
        <mxCell id="ryAXbrM_V8AHazh6317a-94" value="" style="group;fontSize=54;fontStyle=1;fontFamily=Courier New;" vertex="1" connectable="0" parent="ryAXbrM_V8AHazh6317a-147">
          <mxGeometry x="50.24390243902438" y="568.3476052997886" width="222.74796747967477" height="101.26589832086042" as="geometry" />
        </mxCell>
        <mxCell id="ryAXbrM_V8AHazh6317a-95" value="" style="group;fontSize=54;fontStyle=1;fontFamily=Courier New;" vertex="1" connectable="0" parent="ryAXbrM_V8AHazh6317a-94">
          <mxGeometry x="-3.349593495934959" y="8.051810742536112" width="226.09756097560975" height="93.21408757832431" as="geometry" />
        </mxCell>
        <mxCell id="ryAXbrM_V8AHazh6317a-96" value="&lt;font&gt;&lt;i&gt;t&lt;/i&gt; bits&lt;/font&gt;" style="text;html=1;align=center;verticalAlign=middle;resizable=0;points=[];autosize=1;strokeColor=none;fillColor=none;fontSize=54;fontStyle=1;fontFamily=Courier New;" vertex="1" parent="ryAXbrM_V8AHazh6317a-95">
          <mxGeometry x="-91.99186991869918" y="-32.05141739667181" width="220" height="80" as="geometry" />
        </mxCell>
        <mxCell id="ryAXbrM_V8AHazh6317a-97" value="message" style="rounded=0;whiteSpace=wrap;html=1;fontFamily=Courier New;fontSize=54;strokeWidth=2;fontStyle=1;fillColor=#b1ddf0;strokeColor=#10739e;" vertex="1" parent="ryAXbrM_V8AHazh6317a-147">
          <mxGeometry x="1393.4308943089432" y="230.53100994999224" width="418.69918699186985" height="174.05091251224414" as="geometry" />
        </mxCell>
        <mxCell id="ryAXbrM_V8AHazh6317a-98" value="parity" style="rounded=0;whiteSpace=wrap;html=1;fontFamily=Courier New;fontSize=54;strokeWidth=2;strokeColor=#6c8ebf;fontStyle=1;fillColor=#dae8fc;" vertex="1" parent="ryAXbrM_V8AHazh6317a-147">
          <mxGeometry x="1817.1544715447153" y="230.53100994999224" width="242.84552845528452" height="174.05091251224414" as="geometry" />
        </mxCell>
        <mxCell id="ryAXbrM_V8AHazh6317a-99" value="parity" style="rounded=0;whiteSpace=wrap;html=1;fontFamily=Courier New;fontSize=54;strokeWidth=2;strokeColor=#d6b656;fontStyle=1;fillColor=#fff2cc;" vertex="1" parent="ryAXbrM_V8AHazh6317a-147">
          <mxGeometry x="1060.1463414634145" y="634.7405361653864" width="530.910569105691" height="53.19946383461359" as="geometry" />
        </mxCell>
        <mxCell id="ryAXbrM_V8AHazh6317a-100" value="message" style="rounded=0;whiteSpace=wrap;html=1;fontFamily=Courier New;fontSize=54;strokeWidth=2;fontStyle=1;fillColor=#b1ddf0;strokeColor=#10739e;" vertex="1" parent="ryAXbrM_V8AHazh6317a-147">
          <mxGeometry x="924.4878048780487" width="418.69918699186985" height="174.05091251224414" as="geometry" />
        </mxCell>
        <mxCell id="ryAXbrM_V8AHazh6317a-101" value="parity" style="rounded=0;whiteSpace=wrap;html=1;fontFamily=Courier New;fontSize=54;strokeWidth=2;strokeColor=#6c8ebf;fontStyle=1;fillColor=#dae8fc;" vertex="1" parent="ryAXbrM_V8AHazh6317a-147">
          <mxGeometry x="1348.211382113821" width="246.19512195121948" height="174.05091251224414" as="geometry" />
        </mxCell>
        <mxCell id="ryAXbrM_V8AHazh6317a-102" value="" style="endArrow=classic;startArrow=classic;html=1;rounded=0;fontSize=54;fontStyle=1;fontFamily=Courier New;" edge="1" parent="ryAXbrM_V8AHazh6317a-147">
          <mxGeometry width="50" height="50" relative="1" as="geometry">
            <mxPoint y="528.452320893869" as="sourcePoint" />
            <mxPoint x="133.98373983739836" y="528.4480074238284" as="targetPoint" />
          </mxGeometry>
        </mxCell>
        <mxCell id="ryAXbrM_V8AHazh6317a-103" value="&lt;span style=&quot;font-family: &amp;quot;Courier New&amp;quot;; font-weight: 700;&quot;&gt;&lt;svg style=&quot;vertical-align: -0.639ex;&quot; xmlns:xlink=&quot;http://www.w3.org/1999/xlink&quot; viewBox=&quot;0 -977.5 4911.4 1260&quot; role=&quot;img&quot; height=&quot;2.851ex&quot; width=&quot;11.112ex&quot; xmlns=&quot;http://www.w3.org/2000/svg&quot;&gt;&lt;defs&gt;&lt;path d=&quot;M263 249Q264 249 315 130T417 -108T470 -228L725 302Q981 837 982 839Q989 850 1001 850Q1008 850 1013 844T1020 832V826L741 243Q645 43 540 -176Q479 -303 469 -324T453 -348Q449 -350 436 -350L424 -349L315 -96Q206 156 205 156L171 130Q138 104 137 104L111 130L263 249Z&quot; id=&quot;MJX-3-TEX-SO-221A&quot;&gt;&lt;/path&gt;&lt;path d=&quot;M94 250Q94 319 104 381T127 488T164 576T202 643T244 695T277 729T302 750H315H319Q333 750 333 741Q333 738 316 720T275 667T226 581T184 443T167 250T184 58T225 -81T274 -167T316 -220T333 -241Q333 -250 318 -250H315H302L274 -226Q180 -141 137 -14T94 250Z&quot; id=&quot;MJX-3-TEX-N-28&quot;&gt;&lt;/path&gt;&lt;path d=&quot;M213 578L200 573Q186 568 160 563T102 556H83V602H102Q149 604 189 617T245 641T273 663Q275 666 285 666Q294 666 302 660V361L303 61Q310 54 315 52T339 48T401 46H427V0H416Q395 3 257 3Q121 3 100 0H88V46H114Q136 46 152 46T177 47T193 50T201 52T207 57T213 61V578Z&quot; id=&quot;MJX-3-TEX-N-31&quot;&gt;&lt;/path&gt;&lt;path d=&quot;M84 237T84 250T98 270H679Q694 262 694 250T679 230H98Q84 237 84 250Z&quot; id=&quot;MJX-3-TEX-N-2212&quot;&gt;&lt;/path&gt;&lt;path d=&quot;M34 156Q34 270 120 356T309 442Q379 442 421 402T478 304Q484 275 485 237V208Q534 282 560 374Q564 388 566 390T582 393Q603 393 603 385Q603 376 594 346T558 261T497 161L486 147L487 123Q489 67 495 47T514 26Q528 28 540 37T557 60Q559 67 562 68T577 70Q597 70 597 62Q597 56 591 43Q579 19 556 5T512 -10H505Q438 -10 414 62L411 69L400 61Q390 53 370 41T325 18T267 -2T203 -11Q124 -11 79 39T34 156ZM208 26Q257 26 306 47T379 90L403 112Q401 255 396 290Q382 405 304 405Q235 405 183 332Q156 292 139 224T121 120Q121 71 146 49T208 26Z&quot; id=&quot;MJX-3-TEX-I-1D6FC&quot;&gt;&lt;/path&gt;&lt;path d=&quot;M60 749L64 750Q69 750 74 750H86L114 726Q208 641 251 514T294 250Q294 182 284 119T261 12T224 -76T186 -143T145 -194T113 -227T90 -246Q87 -249 86 -250H74Q66 -250 63 -250T58 -247T55 -238Q56 -237 66 -225Q221 -64 221 250T66 725Q56 737 55 738Q55 746 60 749Z&quot; id=&quot;MJX-3-TEX-N-29&quot;&gt;&lt;/path&gt;&lt;path d=&quot;M287 628Q287 635 230 637Q206 637 199 638T192 648Q192 649 194 659Q200 679 203 681T397 683Q587 682 600 680Q664 669 707 631T751 530Q751 453 685 389Q616 321 507 303Q500 302 402 301H307L277 182Q247 66 247 59Q247 55 248 54T255 50T272 48T305 46H336Q342 37 342 35Q342 19 335 5Q330 0 319 0Q316 0 282 1T182 2Q120 2 87 2T51 1Q33 1 33 11Q33 13 36 25Q40 41 44 43T67 46Q94 46 127 49Q141 52 146 61Q149 65 218 339T287 628ZM645 554Q645 567 643 575T634 597T609 619T560 635Q553 636 480 637Q463 637 445 637T416 636T404 636Q391 635 386 627Q384 621 367 550T332 412T314 344Q314 342 395 342H407H430Q542 342 590 392Q617 419 631 471T645 554Z&quot; id=&quot;MJX-3-TEX-I-1D443&quot;&gt;&lt;/path&gt;&lt;/defs&gt;&lt;g transform=&quot;scale(1,-1)&quot; stroke-width=&quot;0&quot; fill=&quot;currentColor&quot; stroke=&quot;currentColor&quot;&gt;&lt;g data-mml-node=&quot;math&quot;&gt;&lt;g data-mml-node=&quot;msqrt&quot;&gt;&lt;g transform=&quot;translate(1020,0)&quot;&gt;&lt;g data-mml-node=&quot;mo&quot;&gt;&lt;use xlink:href=&quot;#MJX-3-TEX-N-28&quot; data-c=&quot;28&quot;&gt;&lt;/use&gt;&lt;/g&gt;&lt;g transform=&quot;translate(389,0)&quot; data-mml-node=&quot;mn&quot;&gt;&lt;use xlink:href=&quot;#MJX-3-TEX-N-31&quot; data-c=&quot;31&quot;&gt;&lt;/use&gt;&lt;/g&gt;&lt;g transform=&quot;translate(1111.2,0)&quot; data-mml-node=&quot;mo&quot;&gt;&lt;use xlink:href=&quot;#MJX-3-TEX-N-2212&quot; data-c=&quot;2212&quot;&gt;&lt;/use&gt;&lt;/g&gt;&lt;g transform=&quot;translate(2111.4,0)&quot; data-mml-node=&quot;mi&quot;&gt;&lt;use xlink:href=&quot;#MJX-3-TEX-I-1D6FC&quot; data-c=&quot;1D6FC&quot;&gt;&lt;/use&gt;&lt;/g&gt;&lt;g transform=&quot;translate(2751.4,0)&quot; data-mml-node=&quot;mo&quot;&gt;&lt;use xlink:href=&quot;#MJX-3-TEX-N-29&quot; data-c=&quot;29&quot;&gt;&lt;/use&gt;&lt;/g&gt;&lt;g transform=&quot;translate(3140.4,0)&quot; data-mml-node=&quot;mi&quot;&gt;&lt;use xlink:href=&quot;#MJX-3-TEX-I-1D443&quot; data-c=&quot;1D443&quot;&gt;&lt;/use&gt;&lt;/g&gt;&lt;/g&gt;&lt;g transform=&quot;translate(0,67.5)&quot; data-mml-node=&quot;mo&quot;&gt;&lt;use xlink:href=&quot;#MJX-3-TEX-SO-221A&quot; data-c=&quot;221A&quot;&gt;&lt;/use&gt;&lt;/g&gt;&lt;rect y=&quot;857.5&quot; x=&quot;1020&quot; height=&quot;60&quot; width=&quot;3891.4&quot;&gt;&lt;/rect&gt;&lt;/g&gt;&lt;/g&gt;&lt;/g&gt;&lt;/svg&gt;&lt;/span&gt;" style="text;html=1;align=center;verticalAlign=middle;resizable=0;points=[];autosize=1;strokeColor=none;fillColor=none;fontSize=54;" vertex="1" parent="ryAXbrM_V8AHazh6317a-147">
          <mxGeometry x="906.4183739837397" y="313.6769974738361" width="290" height="80" as="geometry" />
        </mxCell>
        <mxCell id="ryAXbrM_V8AHazh6317a-148" value="&lt;span style=&quot;color: rgb(0, 0, 0); font-family: &amp;quot;Courier New&amp;quot;; font-size: 100px; font-style: normal; font-variant-ligatures: normal; font-variant-caps: normal; font-weight: 700; letter-spacing: normal; orphans: 2; text-align: center; text-indent: 0px; text-transform: none; widows: 2; word-spacing: 0px; -webkit-text-stroke-width: 0px; white-space: normal; background-color: rgb(236, 236, 236); text-decoration-thickness: initial; text-decoration-style: initial; text-decoration-color: initial; display: inline !important; float: none;&quot;&gt;superimposing&lt;/span&gt;" style="text;whiteSpace=wrap;html=1;" vertex="1" parent="1">
          <mxGeometry x="570" y="1910" width="560" height="140" as="geometry" />
        </mxCell>
        <mxCell id="ryAXbrM_V8AHazh6317a-149" value="" style="endArrow=none;html=1;rounded=0;strokeWidth=4;fontSize=70;fontStyle=1;exitX=0.498;exitY=0.992;exitDx=0;exitDy=0;exitPerimeter=0;fontFamily=Courier New;entryX=0;entryY=0.5;entryDx=0;entryDy=0;" edge="1" parent="1" source="ryAXbrM_V8AHazh6317a-156" target="ryAXbrM_V8AHazh6317a-151">
          <mxGeometry width="50" height="50" relative="1" as="geometry">
            <mxPoint x="5199.75" y="1048" as="sourcePoint" />
            <mxPoint x="5375" y="1050.78" as="targetPoint" />
            <Array as="points">
              <mxPoint x="5140" y="1275" />
            </Array>
          </mxGeometry>
        </mxCell>
        <mxCell id="ryAXbrM_V8AHazh6317a-150" value="" style="group;fontSize=70;fontStyle=1;fontFamily=Courier New;" vertex="1" connectable="0" parent="1">
          <mxGeometry x="5415" y="1234.5" width="80" height="80" as="geometry" />
        </mxCell>
        <mxCell id="ryAXbrM_V8AHazh6317a-151" value="" style="ellipse;whiteSpace=wrap;html=1;aspect=fixed;strokeWidth=5;fontSize=70;fontStyle=1;fontFamily=Courier New;" vertex="1" parent="ryAXbrM_V8AHazh6317a-150">
          <mxGeometry width="80" height="80" as="geometry" />
        </mxCell>
-         <mxCell id="ryAXbrM_V8AHazh6317a-152" value="&lt;font style=&quot;font-size: 100px;&quot;&gt;~&lt;/font&gt;" style="text;html=1;align=center;verticalAlign=middle;whiteSpace=wrap;rounded=0;fontSize=70;fontStyle=1;fontFamily=Courier New;" vertex="1" parent="ryAXbrM_V8AHazh6317a-150">
+         <mxCell id="ryAXbrM_V8AHazh6317a-152" value="&lt;span style=&quot;font-size: 100px;&quot;&gt;x&lt;/span&gt;" style="text;html=1;align=center;verticalAlign=middle;whiteSpace=wrap;rounded=0;fontSize=70;fontStyle=1;fontFamily=Courier New;" vertex="1" parent="ryAXbrM_V8AHazh6317a-150">
          <mxGeometry x="10" y="30.75" width="60" height="30" as="geometry" />
        </mxCell>
+         <mxCell id="ryAXbrM_V8AHazh6317a-176" style="edgeStyle=orthogonalEdgeStyle;rounded=0;orthogonalLoop=1;jettySize=auto;html=1;exitX=0.75;exitY=0;exitDx=0;exitDy=0;entryX=0.5;entryY=0;entryDx=0;entryDy=0;" edge="1" parent="ryAXbrM_V8AHazh6317a-150" source="ryAXbrM_V8AHazh6317a-152" target="ryAXbrM_V8AHazh6317a-152">
+           <mxGeometry relative="1" as="geometry" />
+         </mxCell>
        <mxCell id="ryAXbrM_V8AHazh6317a-153" value="&lt;span style=&quot;color: rgb(0, 0, 0); font-style: normal; font-variant-ligatures: normal; font-variant-caps: normal; letter-spacing: normal; orphans: 2; text-align: center; text-indent: 0px; text-transform: none; widows: 2; word-spacing: 0px; -webkit-text-stroke-width: 0px; white-space: normal; background-color: rgb(251, 251, 251); text-decoration-thickness: initial; text-decoration-style: initial; text-decoration-color: initial; float: none; display: inline !important;&quot;&gt;&lt;font&gt;\( Cos(2\pi f_c t) \)&lt;/font&gt;&lt;/span&gt;" style="text;whiteSpace=wrap;html=1;fontSize=70;fontStyle=1;fontFamily=Courier New;" vertex="1" parent="1">
-           <mxGeometry x="5330" y="1103" width="250" height="100" as="geometry" />
+           <mxGeometry x="5330" y="1049.75" width="250" height="100" as="geometry" />
        </mxCell>
        <mxCell id="ryAXbrM_V8AHazh6317a-154" value="" style="endArrow=none;html=1;rounded=0;exitX=0.5;exitY=0;exitDx=0;exitDy=0;entryX=0.5;entryY=1;entryDx=0;entryDy=0;strokeWidth=4;fontSize=70;fontStyle=1;fontFamily=Courier New;" edge="1" parent="1" source="ryAXbrM_V8AHazh6317a-151" target="ryAXbrM_V8AHazh6317a-153">
          <mxGeometry width="50" height="50" relative="1" as="geometry">
            <mxPoint x="4875" y="1494.5" as="sourcePoint" />
            <mxPoint x="4925" y="1444.5" as="targetPoint" />
          </mxGeometry>
        </mxCell>
        <mxCell id="ryAXbrM_V8AHazh6317a-155" value="&lt;font&gt;LPF&lt;/font&gt;" style="rounded=1;whiteSpace=wrap;html=1;strokeWidth=4;fontSize=70;fontStyle=1;fontFamily=Courier New;" vertex="1" parent="1">
-           <mxGeometry x="5539" y="1224.5" width="149" height="100" as="geometry" />
+           <mxGeometry x="5690" y="1224.5" width="149" height="100" as="geometry" />
        </mxCell>
        <mxCell id="ryAXbrM_V8AHazh6317a-156" value="" style="verticalLabelPosition=bottom;shadow=0;dashed=0;align=center;html=1;verticalAlign=top;shape=mxgraph.electrical.radio.aerial_-_antenna_1;strokeWidth=14;fontSize=70;fontFamily=Courier New;fontStyle=1" vertex="1" parent="1">
          <mxGeometry x="5080" y="824.75" width="120" height="225" as="geometry" />
        </mxCell>
        <mxCell id="ryAXbrM_V8AHazh6317a-158" style="edgeStyle=orthogonalEdgeStyle;rounded=0;orthogonalLoop=1;jettySize=auto;html=1;exitX=1;exitY=0.5;exitDx=0;exitDy=0;entryX=0;entryY=0.5;entryDx=0;entryDy=0;endArrow=none;endFill=0;strokeWidth=4;" edge="1" parent="1" source="ryAXbrM_V8AHazh6317a-151" target="ryAXbrM_V8AHazh6317a-155">
          <mxGeometry relative="1" as="geometry" />
        </mxCell>
-         <mxCell id="ryAXbrM_V8AHazh6317a-160" value="&lt;span style=&quot;background-color: rgb(251, 251, 251);&quot;&gt;\( Cos(2\pi f_c t) \)&lt;/span&gt;" style="rounded=1;whiteSpace=wrap;html=1;strokeWidth=4;fontSize=70;fontStyle=1;fontFamily=Courier New;" vertex="1" parent="1">
-           <mxGeometry x="6110" y="1009" width="860" height="100" as="geometry" />
+         <mxCell id="ryAXbrM_V8AHazh6317a-160" value="&lt;span style=&quot;background-color: rgb(251, 251, 251);&quot;&gt;&lt;font style=&quot;font-size: 82px;&quot;&gt;\( e^{-j2\pi f_i n T_s} \)&lt;/font&gt;&lt;/span&gt;" style="rounded=1;whiteSpace=wrap;html=1;strokeWidth=4;fontSize=70;fontStyle=1;fontFamily=Courier New;" vertex="1" parent="1">
+           <mxGeometry x="6310" y="924.13" width="410" height="119.75" as="geometry" />
+         </mxCell>
+         <mxCell id="ryAXbrM_V8AHazh6317a-165" value="" style="rounded=1;whiteSpace=wrap;html=1;strokeWidth=4;fontSize=70;fontStyle=1;fontFamily=Courier New;" vertex="1" parent="1">
+           <mxGeometry x="6530" y="1408.25" width="410" height="119.75" as="geometry" />
+         </mxCell>
+         <mxCell id="ryAXbrM_V8AHazh6317a-166" value="" style="verticalLabelPosition=bottom;shadow=0;dashed=0;align=center;html=1;verticalAlign=top;shape=mxgraph.electrical.abstract.dac;strokeWidth=5;" vertex="1" parent="1">
+           <mxGeometry x="5975" y="1180" width="250" height="167" as="geometry" />
+         </mxCell>
+         <mxCell id="ryAXbrM_V8AHazh6317a-167" value="&lt;font face=&quot;Courier New&quot; style=&quot;font-size: 42px;&quot;&gt;&lt;b&gt;ADC&lt;/b&gt;&lt;/font&gt;&lt;div&gt;&lt;font face=&quot;Courier New&quot; style=&quot;font-size: 42px;&quot;&gt;&lt;b&gt;\( T_s\)&lt;/b&gt;&lt;/font&gt;&lt;/div&gt;" style="text;html=1;align=center;verticalAlign=middle;resizable=0;points=[];autosize=1;strokeColor=none;fillColor=none;" vertex="1" parent="1">
+           <mxGeometry x="5950" y="1208.5" width="230" height="110" as="geometry" />
+         </mxCell>
+         <mxCell id="ryAXbrM_V8AHazh6317a-168" value="\( 90^\circ \)" style="whiteSpace=wrap;html=1;aspect=fixed;strokeWidth=4;fontSize=42;" vertex="1" parent="1">
+           <mxGeometry x="5403.62" y="1440" width="102.75" height="102.75" as="geometry" />
+         </mxCell>
+         <mxCell id="ryAXbrM_V8AHazh6317a-172" style="edgeStyle=orthogonalEdgeStyle;rounded=0;orthogonalLoop=1;jettySize=auto;html=1;entryX=0.5;entryY=0;entryDx=0;entryDy=0;strokeWidth=4;endArrow=none;endFill=0;" edge="1" parent="1" target="ryAXbrM_V8AHazh6317a-168">
+           <mxGeometry relative="1" as="geometry">
+             <mxPoint x="5455" y="1320" as="sourcePoint" />
+           </mxGeometry>
+         </mxCell>
+         <mxCell id="ryAXbrM_V8AHazh6317a-173" value="&lt;font&gt;LPF&lt;/font&gt;" style="rounded=1;whiteSpace=wrap;html=1;strokeWidth=4;fontSize=70;fontStyle=1;fontFamily=Courier New;" vertex="1" parent="1">
+           <mxGeometry x="5690" y="1694.5" width="149" height="100" as="geometry" />
+         </mxCell>
+         <mxCell id="ryAXbrM_V8AHazh6317a-174" value="" style="verticalLabelPosition=bottom;shadow=0;dashed=0;align=center;html=1;verticalAlign=top;shape=mxgraph.electrical.abstract.dac;strokeWidth=5;" vertex="1" parent="1">
+           <mxGeometry x="5975" y="1650" width="250" height="167" as="geometry" />
+         </mxCell>
+         <mxCell id="ryAXbrM_V8AHazh6317a-175" value="&lt;font face=&quot;Courier New&quot; style=&quot;font-size: 42px;&quot;&gt;&lt;b&gt;ADC&lt;/b&gt;&lt;/font&gt;&lt;div&gt;&lt;font face=&quot;Courier New&quot; style=&quot;font-size: 42px;&quot;&gt;&lt;b&gt;\( T_s\)&lt;/b&gt;&lt;/font&gt;&lt;/div&gt;" style="text;html=1;align=center;verticalAlign=middle;resizable=0;points=[];autosize=1;strokeColor=none;fillColor=none;" vertex="1" parent="1">
+           <mxGeometry x="5950" y="1678.5" width="230" height="110" as="geometry" />
        </mxCell>
      </root>
    </mxGraphModel>
  </diagram>
</mxfile>
